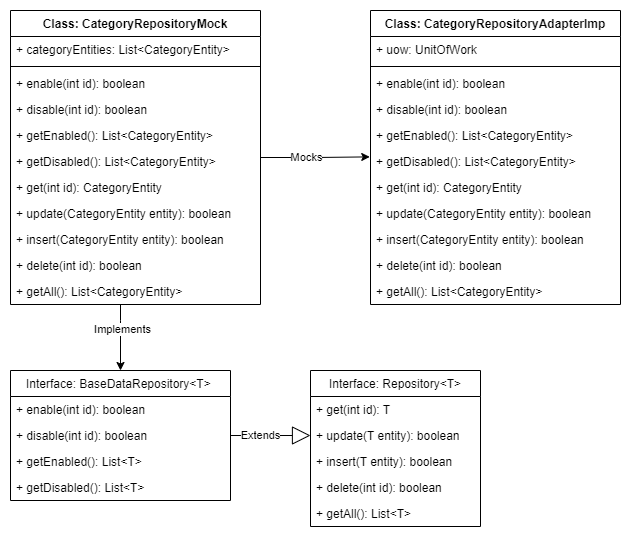
Before: file/Diagramme/MOCK-1.png, a diagram exported from draw.io (Nilsksk/Costtracker). Source tidied: cells renumbered, new cells last; positions are measured from the earlier drawing's top-left corner, leaving out a move shared by most shapes.
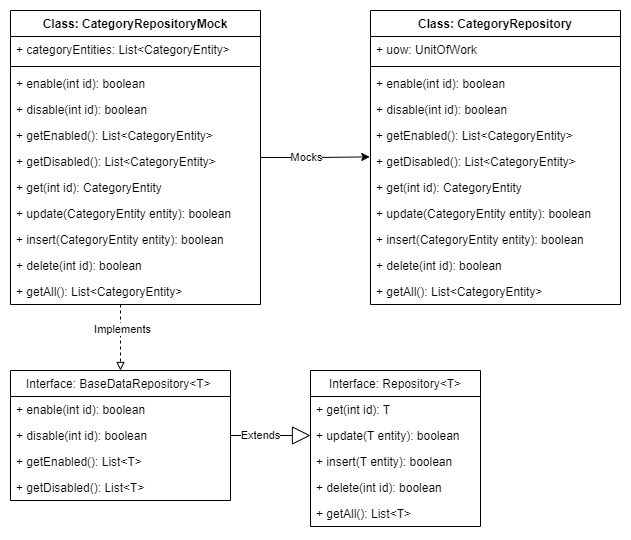
The same file after the commit.

Change to the diagram source:
```diff
@@ -2,7 +2,7 @@
   <root>
     <mxCell id="0" />
     <mxCell id="1" parent="0" />
-    <mxCell id="2" style="edgeStyle=orthogonalEdgeStyle;rounded=0;jettySize=auto;html=1;entryX=0.5;entryY=0;entryDx=0;entryDy=0;" parent="1" edge="1" source="6" target="18">
+    <mxCell id="2" style="edgeStyle=orthogonalEdgeStyle;rounded=0;jettySize=auto;html=1;entryX=0.5;entryY=0;entryDx=0;entryDy=0;dashed=1;endArrow=block;endFill=0;" parent="1" edge="1" source="6" target="18">
       <mxGeometry relative="1" as="geometry">
         <Array as="points">
           <mxPoint x="110" y="310" />
@@ -91,7 +91,7 @@
     <mxCell id="29" value="+ getAll(): List&lt;T&gt;" style="text;strokeColor=none;fillColor=none;align=left;verticalAlign=top;spacingLeft=4;spacingRight=4;overflow=hidden;" parent="24" vertex="1">
       <mxGeometry y="130" width="170" height="26" as="geometry" />
     </mxCell>
-    <mxCell id="30" value="Class: CategoryRepositoryAdapterImp" style="swimlane;fontStyle=1;align=center;verticalAlign=top;horizontal=1;startSize=26;" parent="1" vertex="1">
+    <mxCell id="30" value="Class: CategoryRepository" style="swimlane;fontStyle=1;align=center;verticalAlign=top;horizontal=1;startSize=26;" parent="1" vertex="1">
       <mxGeometry x="360" width="250" height="294" as="geometry" />
     </mxCell>
     <mxCell id="31" value="+ uow: UnitOfWork" style="text;strokeColor=none;fillColor=none;align=left;verticalAlign=top;spacingLeft=4;spacingRight=4;overflow=hidden;" parent="30" vertex="1">
```
